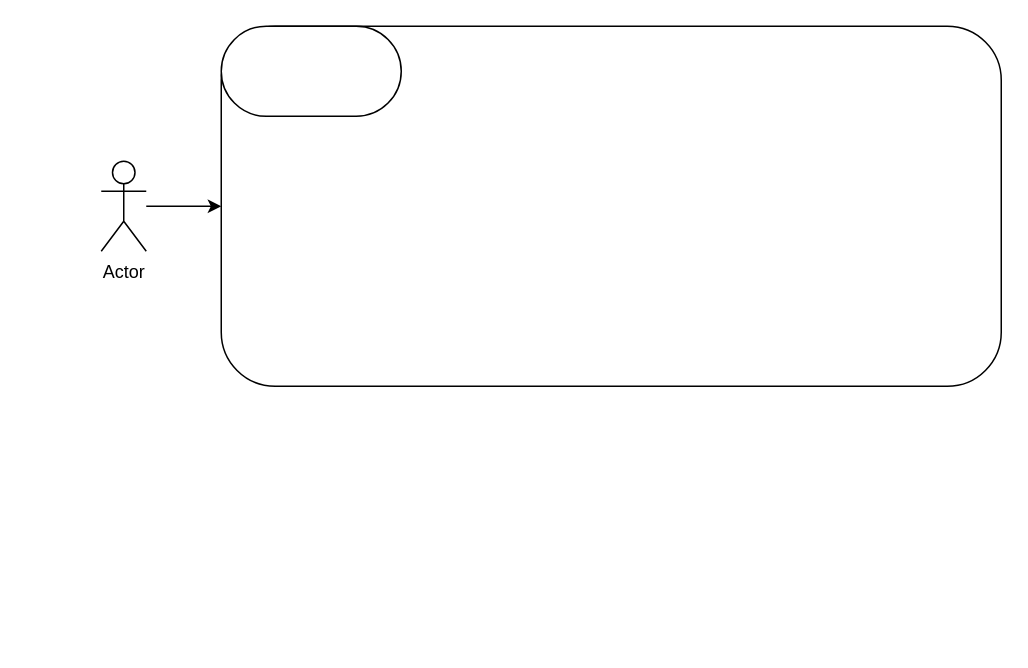
Above: gifs/Untitled Diagram.drawio in midani-47/midani-47 (draw.io), before the change. Source tidied: cells renumbered, new cells numbered last; positions are measured from the earlier drawing's top-left corner, leaving out a move shared by most shapes. Both pictures are drawn from the tidied source at 150%, with x=0, y=0 at pixel (100, 26).
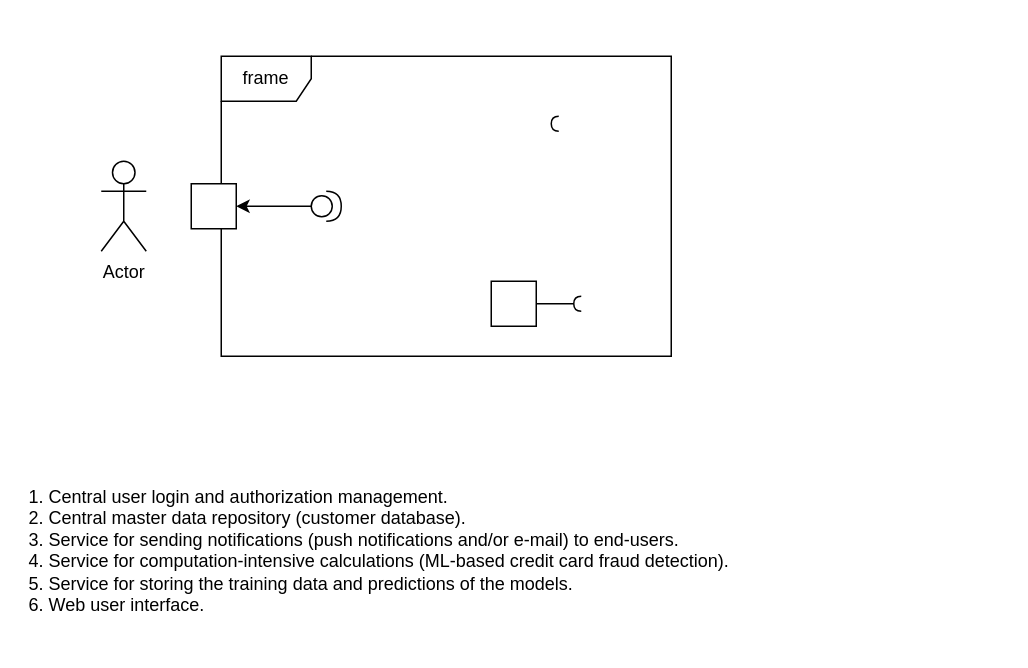
The same diagram, later.

What changed in the source:
```diff
@@
 <mxGraphModel>
   <root>
     <mxCell id="0" />
     <mxCell id="1" parent="0" />
-    <mxCell id="2" style="edgeStyle=orthogonalEdgeStyle;rounded=0;jettySize=auto;html=1;" parent="1" edge="1" source="3" target="4">
-      <mxGeometry relative="1" as="geometry" />
-    </mxCell>
     <mxCell id="3" value="Actor" style="shape=umlActor;verticalLabelPosition=bottom;verticalAlign=top;html=1;outlineConnect=0;" parent="1" vertex="1">
       <mxGeometry y="90" width="30" height="60" as="geometry" />
     </mxCell>
-    <mxCell id="4" style="rounded=1;whiteSpace=wrap;html=1;" parent="1" vertex="1">
-      <mxGeometry x="80" width="520" height="240" as="geometry" />
-    </mxCell>
-    <mxCell id="5" style="rounded=1;whiteSpace=wrap;html=1;arcSize=50;" parent="1" vertex="1">
-      <mxGeometry x="80" width="120" height="60" as="geometry" />
-    </mxCell>
+    <mxCell id="6" value="1. Central user login and authorization management.&#10;2. Central master data repository (customer database).&#10;3. Service for sending notifications (push notifications and/or e-mail) to end-users.&#10;4. Service for computation-intensive calculations (ML-based credit card fraud detection).&#10;5. Service for storing the training data and predictions of the models.&#10;6. Web user interface." style="text;whiteSpace=wrap;html=1;" parent="1" vertex="1">
+      <mxGeometry x="-50" y="300" width="500" height="110" as="geometry" />
+    </mxCell>
+    <mxCell id="7" style="edgeStyle=orthogonalEdgeStyle;rounded=0;jettySize=auto;html=1;" parent="1" edge="1" source="8" target="13">
+      <mxGeometry relative="1" as="geometry">
+        <Array as="points">
+          <mxPoint x="110" y="120" />
+          <mxPoint x="110" y="120" />
+        </Array>
+      </mxGeometry>
+    </mxCell>
+    <mxCell id="8" style="shape=providedRequiredInterface;html=1;verticalLabelPosition=bottom;sketch=0;" parent="1" vertex="1">
+      <mxGeometry x="140" y="110" width="20" height="20" as="geometry" />
+    </mxCell>
+    <mxCell id="9" value="frame" style="shape=umlFrame;whiteSpace=wrap;html=1;" parent="1" vertex="1">
+      <mxGeometry x="80" y="20" width="300" height="200" as="geometry" />
+    </mxCell>
+    <mxCell id="10" style="html=1;rounded=0;" parent="1" vertex="1">
+      <mxGeometry x="260" y="170" width="30" height="30" as="geometry" />
+    </mxCell>
+    <mxCell id="11" style="endArrow=none;html=1;rounded=0;align=center;verticalAlign=top;endFill=0;labelBackgroundColor=none;endSize=2;" parent="1" edge="1" source="10" target="12">
+      <mxGeometry relative="1" as="geometry" />
+    </mxCell>
+    <mxCell id="12" style="shape=requiredInterface;html=1;fontSize=11;align=center;fillColor=none;points=[];verticalAlign=bottom;labelPosition=center;verticalLabelPosition=top;flipH=1;" parent="1" vertex="1">
+      <mxGeometry x="315" y="180" width="5" height="10" as="geometry" />
+    </mxCell>
+    <mxCell id="13" style="html=1;rounded=0;" parent="1" vertex="1">
+      <mxGeometry x="60" y="105" width="30" height="30" as="geometry" />
+    </mxCell>
+    <mxCell id="14" style="shape=requiredInterface;html=1;fontSize=11;align=center;fillColor=none;verticalAlign=bottom;labelPosition=center;verticalLabelPosition=top;flipH=1;" parent="1" vertex="1">
+      <mxGeometry x="300" y="60" width="5" height="10" as="geometry" />
+    </mxCell>
   </root>
 </mxGraphModel>
```
